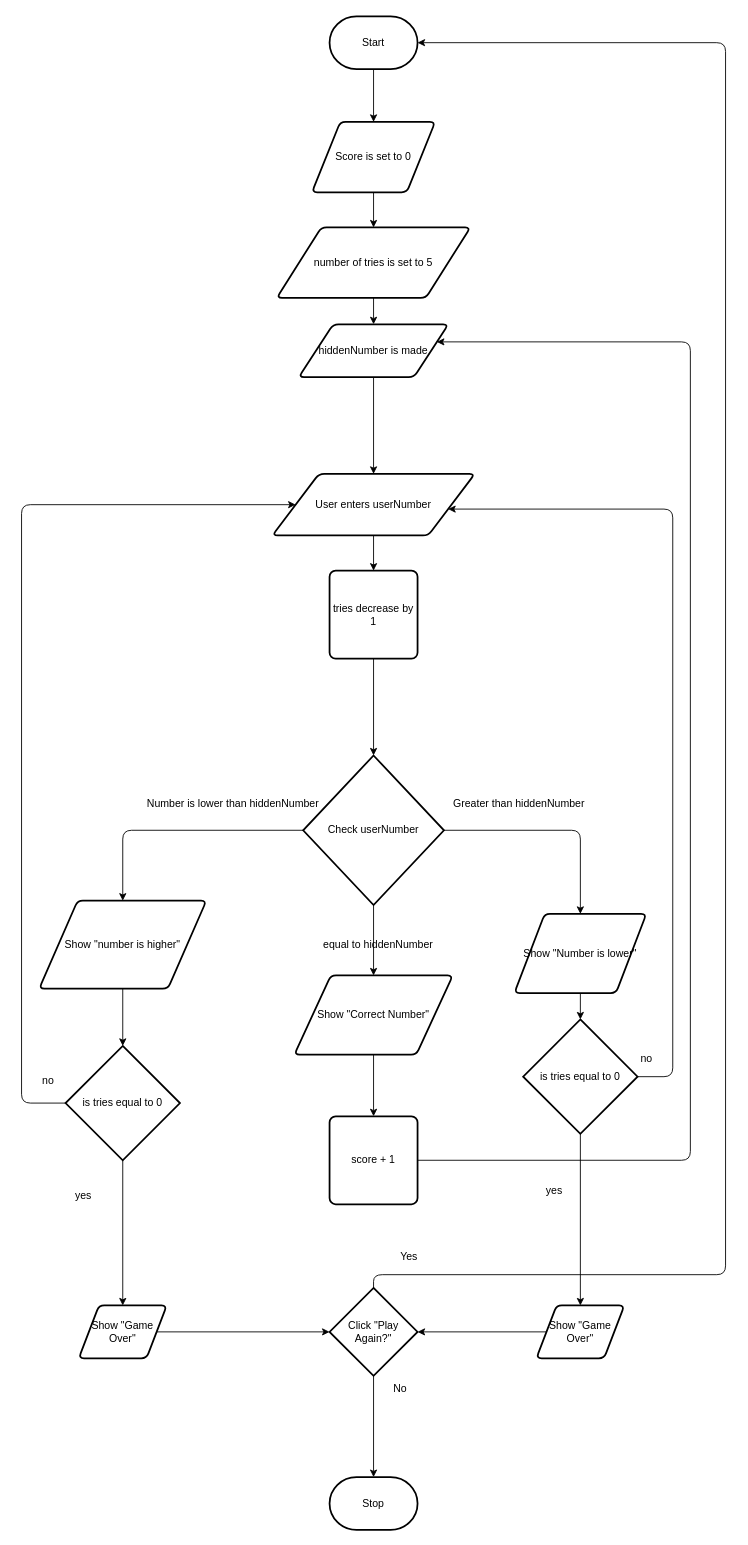
Earlier version of the draw.io diagram design/flowchart.drawio (kai-nguyen-4/ICD2O-1-2023-Final-Project-Kai-Nguyen). Source tidied: cells renumbered, new cells numbered last; positions are measured from the earlier drawing's top-left corner, leaving out a move shared by most shapes. Both pictures are drawn from the tidied source at 88%, with x=0, y=0 at pixel (21, 16).
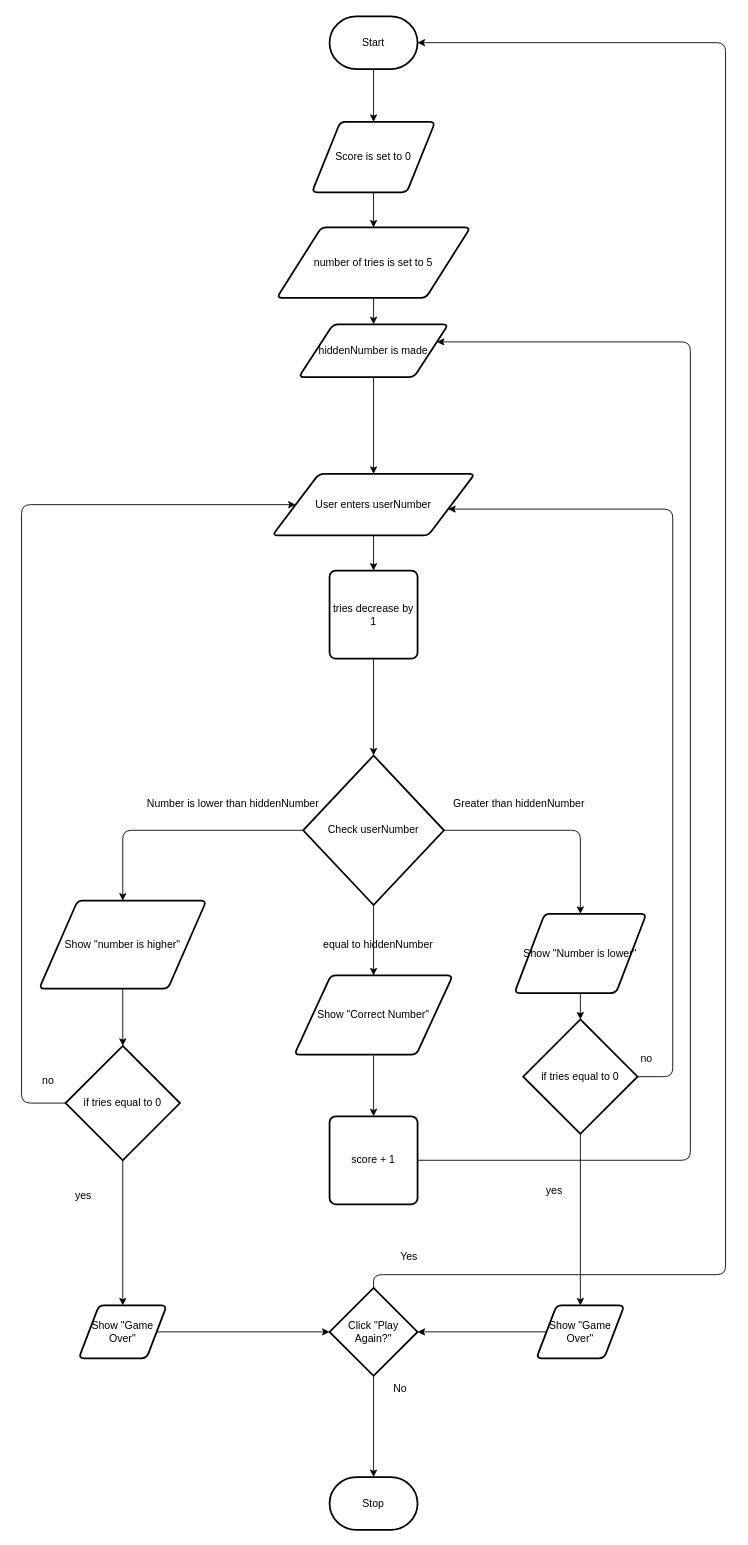
After the change.

Diff of the diagram source:
```diff
@@
-    <mxCell id="29" value="is tries equal to 0" style="strokeWidth=2;html=1;shape=mxgraph.flowchart.decision;whiteSpace=wrap;" parent="1" vertex="1">
+    <mxCell id="29" value="if tries equal to 0" style="strokeWidth=2;html=1;shape=mxgraph.flowchart.decision;whiteSpace=wrap;" parent="1" vertex="1">
       <mxGeometry x="50" y="1170" width="130" height="130" as="geometry" />
     </mxCell>
@@
-    <mxCell id="35" value="is tries equal to 0" style="strokeWidth=2;html=1;shape=mxgraph.flowchart.decision;whiteSpace=wrap;" parent="1" vertex="1">
+    <mxCell id="35" value="if tries equal to 0" style="strokeWidth=2;html=1;shape=mxgraph.flowchart.decision;whiteSpace=wrap;" parent="1" vertex="1">
       <mxGeometry x="570" y="1140" width="130" height="130" as="geometry" />
     </mxCell>
```
